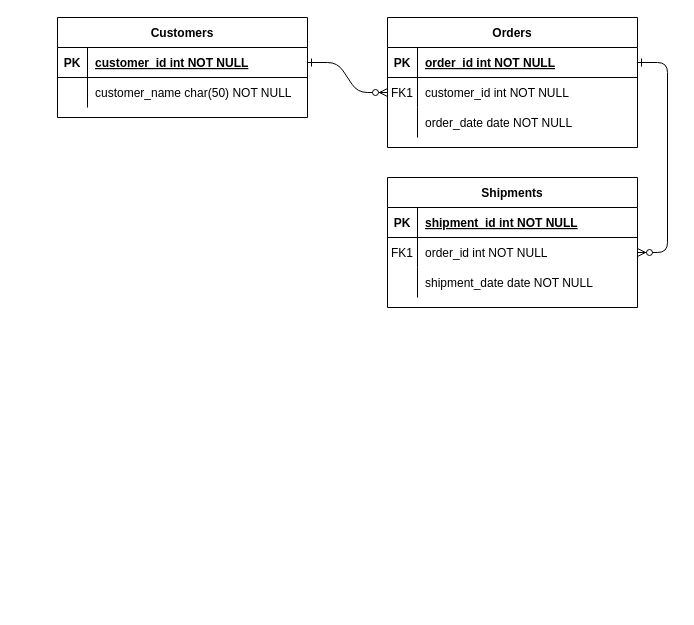
Before: page "Page-1" (1 of 2) of Untitled Diagram.drawio in QuDestiny/DataAnalysis, a draw.io diagram. Source tidied: cells renumbered, new cells numbered last; positions are measured from the earlier drawing's top-left corner, leaving out a move shared by most shapes. Both pictures are drawn from the tidied source at 100%, with x=0, y=0 at pixel (57, 17).
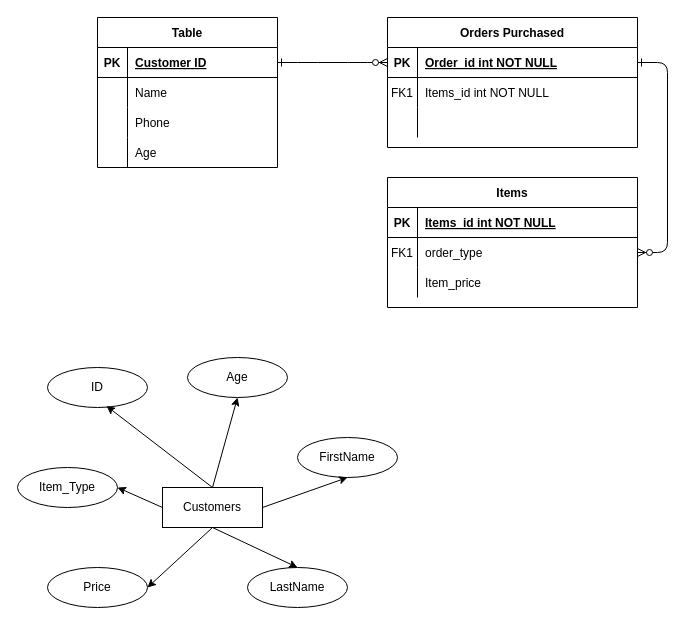
The same page after the edit.

The change refers to these unchanged cells:
```xml
<mxCell id="5" style="shape=partialRectangle;fillColor=none;points=[[0,0.5],[1,0.5]];portConstraint=eastwest;top=0;left=0;right=0;bottom=1;" parent="4" vertex="1">
  <mxGeometry y="30" width="250" height="30" as="geometry" />
</mxCell>
<mxCell id="8" style="shape=partialRectangle;fillColor=none;points=[[0,0.5],[1,0.5]];portConstraint=eastwest;top=0;left=0;right=0;bottom=0;" parent="4" vertex="1">
  <mxGeometry y="60" width="250" height="30" as="geometry" />
</mxCell>
<mxCell id="11" style="shape=partialRectangle;fillColor=none;top=0;left=0;right=0;bottom=0;" parent="4" vertex="1">
  <mxGeometry y="90" width="250" height="30" as="geometry" />
</mxCell>
<mxCell id="15" style="shape=partialRectangle;fillColor=none;top=0;left=0;right=0;bottom=1;" parent="14" vertex="1">
  <mxGeometry y="30" width="250" height="30" as="geometry" />
</mxCell>
<mxCell id="18" style="shape=partialRectangle;fillColor=none;points=[[0,0.5],[1,0.5]];portConstraint=eastwest;top=0;left=0;right=0;bottom=0;" parent="14" vertex="1">
  <mxGeometry y="60" width="250" height="30" as="geometry" />
</mxCell>
<mxCell id="21" style="shape=partialRectangle;fillColor=none;top=0;left=0;right=0;bottom=0;" parent="14" vertex="1">
  <mxGeometry y="90" width="250" height="30" as="geometry" />
</mxCell>
```

Change to the diagram source:
```diff
@@
-    <mxCell id="2" style="edgeStyle=entityRelationEdgeStyle;endArrow=ERzeroToMany;startArrow=ERone;endFill=1;startFill=0;" parent="1" edge="1" source="25" target="8">
+    <mxCell id="2" style="edgeStyle=entityRelationEdgeStyle;endArrow=ERzeroToMany;startArrow=ERone;endFill=1;startFill=0;exitX=1;exitY=0.5;exitDx=0;exitDy=0;entryX=0;entryY=0.5;entryDx=0;entryDy=0;" parent="1" edge="1" source="32" target="5">
       <mxGeometry relative="1" as="geometry" />
     </mxCell>
@@
-    <mxCell id="4" value="Orders" style="shape=table;startSize=30;childLayout=tableLayout;rowLines=0;fontStyle=1;align=center;" parent="1" vertex="1">
+    <mxCell id="4" value="Orders Purchased" style="shape=table;startSize=30;childLayout=tableLayout;rowLines=0;fontStyle=1;align=center;" parent="1" vertex="1">
       <mxGeometry x="330" width="250" height="130" as="geometry" />
     </mxCell>
@@
-    <mxCell id="7" value="order_id int NOT NULL " style="shape=partialRectangle;overflow=hidden;fillColor=none;top=0;left=0;bottom=0;right=0;align=left;spacingLeft=6;fontStyle=5;" parent="5" vertex="1">
+    <mxCell id="7" value="Order_id int NOT NULL " style="shape=partialRectangle;overflow=hidden;fillColor=none;top=0;left=0;bottom=0;right=0;align=left;spacingLeft=6;fontStyle=5;" parent="5" vertex="1">
       <mxGeometry x="30" width="220" height="30" as="geometry" />
     </mxCell>
@@
-    <mxCell id="10" value="customer_id int NOT NULL" style="shape=partialRectangle;overflow=hidden;fillColor=none;top=0;left=0;bottom=0;right=0;align=left;spacingLeft=6;" parent="8" vertex="1">
+    <mxCell id="10" value="Items_id int NOT NULL" style="shape=partialRectangle;overflow=hidden;fillColor=none;top=0;left=0;bottom=0;right=0;align=left;spacingLeft=6;" parent="8" vertex="1">
       <mxGeometry x="30" width="220" height="30" as="geometry" />
     </mxCell>
@@
-    <mxCell id="13" value="order_date date NOT NULL" style="shape=partialRectangle;overflow=hidden;fillColor=none;top=0;left=0;bottom=0;right=0;align=left;spacingLeft=6;" parent="11" vertex="1">
+    <mxCell id="13" style="shape=partialRectangle;overflow=hidden;fillColor=none;top=0;left=0;bottom=0;right=0;align=left;spacingLeft=6;" parent="11" vertex="1">
       <mxGeometry x="30" width="220" height="30" as="geometry" />
     </mxCell>
-    <mxCell id="14" value="Shipments" style="shape=table;startSize=30;childLayout=tableLayout;rowLines=0;fontStyle=1;align=center;" parent="1" vertex="1">
+    <mxCell id="14" value="Items" style="shape=table;startSize=30;childLayout=tableLayout;rowLines=0;fontStyle=1;align=center;" parent="1" vertex="1">
       <mxGeometry x="330" y="160" width="250" height="130" as="geometry" />
     </mxCell>
@@
-    <mxCell id="17" value="shipment_id int NOT NULL " style="shape=partialRectangle;overflow=hidden;fillColor=none;top=0;left=0;bottom=0;right=0;align=left;spacingLeft=6;fontStyle=5;" parent="15" vertex="1">
+    <mxCell id="17" value="Items_id int NOT NULL " style="shape=partialRectangle;overflow=hidden;fillColor=none;top=0;left=0;bottom=0;right=0;align=left;spacingLeft=6;fontStyle=5;" parent="15" vertex="1">
       <mxGeometry x="30" width="220" height="30" as="geometry" />
     </mxCell>
@@
-    <mxCell id="20" value="order_id int NOT NULL" style="shape=partialRectangle;overflow=hidden;fillColor=none;top=0;left=0;bottom=0;right=0;align=left;spacingLeft=6;" parent="18" vertex="1">
+    <mxCell id="20" value="order_type" style="shape=partialRectangle;overflow=hidden;fillColor=none;top=0;left=0;bottom=0;right=0;align=left;spacingLeft=6;" parent="18" vertex="1">
       <mxGeometry x="30" width="220" height="30" as="geometry" />
     </mxCell>
@@
-    <mxCell id="23" value="shipment_date date NOT NULL" style="shape=partialRectangle;overflow=hidden;fillColor=none;top=0;left=0;bottom=0;right=0;align=left;spacingLeft=6;" parent="21" vertex="1">
+    <mxCell id="23" value="Item_price" style="shape=partialRectangle;overflow=hidden;fillColor=none;top=0;left=0;bottom=0;right=0;align=left;spacingLeft=6;" parent="21" vertex="1">
       <mxGeometry x="30" width="220" height="30" as="geometry" />
     </mxCell>
+    <mxCell id="31" value="Table" style="shape=table;startSize=30;childLayout=tableLayout;rowLines=0;fontStyle=1;align=center;" parent="1" vertex="1">
+      <mxGeometry x="40" width="180" height="150" as="geometry" />
+    </mxCell>
+    <mxCell id="32" style="shape=tableRow;horizontal=0;startSize=0;swimlaneHead=0;swimlaneBody=0;fillColor=none;points=[[0,0.5],[1,0.5]];portConstraint=eastwest;top=0;left=0;right=0;bottom=1;" parent="31" vertex="1">
+      <mxGeometry y="30" width="180" height="30" as="geometry" />
+    </mxCell>
+    <mxCell id="26" value="PK" style="shape=partialRectangle;fillColor=none;top=0;left=0;bottom=0;right=0;fontStyle=1;overflow=hidden;" parent="32" vertex="1">
+      <mxGeometry width="30" height="30" as="geometry" />
+    </mxCell>
+    <mxCell id="33" value="Customer ID" style="shape=partialRectangle;fillColor=none;top=0;left=0;bottom=0;right=0;align=left;spacingLeft=6;fontStyle=5;overflow=hidden;" parent="32" vertex="1">
+      <mxGeometry x="30" width="150" height="30" as="geometry" />
+    </mxCell>
+    <mxCell id="34" style="shape=tableRow;horizontal=0;startSize=0;swimlaneHead=0;swimlaneBody=0;fillColor=none;top=0;left=0;right=0;bottom=0;" parent="31" vertex="1">
+      <mxGeometry y="60" width="180" height="30" as="geometry" />
+    </mxCell>
+    <mxCell id="35" style="shape=partialRectangle;fillColor=none;top=0;left=0;bottom=0;right=0;overflow=hidden;" parent="34" vertex="1">
+      <mxGeometry width="30" height="30" as="geometry" />
+    </mxCell>
+    <mxCell id="36" value="Name" style="shape=partialRectangle;fillColor=none;top=0;left=0;bottom=0;right=0;align=left;spacingLeft=6;overflow=hidden;" parent="34" vertex="1">
+      <mxGeometry x="30" width="150" height="30" as="geometry" />
+    </mxCell>
+    <mxCell id="37" style="shape=tableRow;horizontal=0;startSize=0;swimlaneHead=0;swimlaneBody=0;fillColor=none;top=0;left=0;right=0;bottom=0;" parent="31" vertex="1">
+      <mxGeometry y="90" width="180" height="30" as="geometry" />
+    </mxCell>
+    <mxCell id="38" style="shape=partialRectangle;fillColor=none;top=0;left=0;bottom=0;right=0;overflow=hidden;" parent="37" vertex="1">
+      <mxGeometry width="30" height="30" as="geometry" />
+    </mxCell>
+    <mxCell id="39" value="Phone" style="shape=partialRectangle;fillColor=none;top=0;left=0;bottom=0;right=0;align=left;spacingLeft=6;overflow=hidden;" parent="37" vertex="1">
+      <mxGeometry x="30" width="150" height="30" as="geometry" />
+    </mxCell>
+    <mxCell id="40" style="shape=tableRow;horizontal=0;startSize=0;swimlaneHead=0;swimlaneBody=0;fillColor=none;top=0;left=0;right=0;bottom=0;" parent="31" vertex="1">
+      <mxGeometry y="120" width="180" height="30" as="geometry" />
+    </mxCell>
+    <mxCell id="41" style="shape=partialRectangle;fillColor=none;top=0;left=0;bottom=0;right=0;overflow=hidden;" parent="40" vertex="1">
+      <mxGeometry width="30" height="30" as="geometry" />
+    </mxCell>
+    <mxCell id="42" value="Age" style="shape=partialRectangle;fillColor=none;top=0;left=0;bottom=0;right=0;align=left;spacingLeft=6;overflow=hidden;" parent="40" vertex="1">
+      <mxGeometry x="30" width="150" height="30" as="geometry" />
+    </mxCell>
-    <mxCell id="24" value="Customers" style="shape=table;startSize=30;childLayout=tableLayout;rowLines=0;fontStyle=1;align=center;" parent="1" vertex="1">
-      <mxGeometry width="250" height="100" as="geometry" />
+    <mxCell id="24" value="Customers" style="whiteSpace=wrap;html=1;align=center;" parent="1" vertex="1">
+      <mxGeometry x="105" y="470" width="100" height="40" as="geometry" />
     </mxCell>
-    <mxCell id="25" style="shape=partialRectangle;fillColor=none;points=[[0,0.5],[1,0.5]];portConstraint=eastwest;top=0;left=0;right=0;bottom=1;" parent="24" vertex="1">
-      <mxGeometry y="30" width="250" height="30" as="geometry" />
-    </mxCell>
-    <mxCell id="26" value="PK" style="shape=partialRectangle;overflow=hidden;fillColor=none;top=0;left=0;bottom=0;right=0;fontStyle=1;" parent="25" vertex="1">
-      <mxGeometry width="30" height="30" as="geometry" />
-    </mxCell>
-    <mxCell id="27" value="customer_id int NOT NULL " style="shape=partialRectangle;overflow=hidden;fillColor=none;top=0;left=0;bottom=0;right=0;align=left;spacingLeft=6;fontStyle=5;" parent="25" vertex="1">
-      <mxGeometry x="30" width="220" height="30" as="geometry" />
-    </mxCell>
-    <mxCell id="28" style="shape=partialRectangle;fillColor=none;top=0;left=0;right=0;bottom=0;" parent="24" vertex="1">
-      <mxGeometry y="60" width="250" height="30" as="geometry" />
-    </mxCell>
-    <mxCell id="29" style="shape=partialRectangle;overflow=hidden;fillColor=none;top=0;left=0;bottom=0;right=0;" parent="28" vertex="1">
-      <mxGeometry width="30" height="30" as="geometry" />
-    </mxCell>
-    <mxCell id="30" value="customer_name char(50) NOT NULL" style="shape=partialRectangle;overflow=hidden;fillColor=none;top=0;left=0;bottom=0;right=0;align=left;spacingLeft=6;" parent="28" vertex="1">
-      <mxGeometry x="30" width="220" height="30" as="geometry" />
-    </mxCell>
+    <mxCell id="43" value="Age" style="ellipse;whiteSpace=wrap;html=1;align=center;" parent="1" vertex="1">
+      <mxGeometry x="130" y="340" width="100" height="40" as="geometry" />
+    </mxCell>
+    <mxCell id="44" value="ID" style="ellipse;whiteSpace=wrap;html=1;align=center;" parent="1" vertex="1">
+      <mxGeometry x="-10" y="350" width="100" height="40" as="geometry" />
+    </mxCell>
+    <mxCell id="45" value="FirstName" style="ellipse;whiteSpace=wrap;html=1;align=center;" parent="1" vertex="1">
+      <mxGeometry x="240" y="420" width="100" height="40" as="geometry" />
+    </mxCell>
+    <mxCell id="46" value="Price" style="ellipse;whiteSpace=wrap;html=1;align=center;" parent="1" vertex="1">
+      <mxGeometry x="-10" y="550" width="100" height="40" as="geometry" />
+    </mxCell>
+    <mxCell id="47" value="LastName" style="ellipse;whiteSpace=wrap;html=1;align=center;" parent="1" vertex="1">
+      <mxGeometry x="190" y="550" width="100" height="40" as="geometry" />
+    </mxCell>
+    <mxCell id="48" value="Item_Type" style="ellipse;whiteSpace=wrap;html=1;align=center;" parent="1" vertex="1">
+      <mxGeometry x="-40" y="450" width="100" height="40" as="geometry" />
+    </mxCell>
+    <mxCell id="49" style="endArrow=classic;html=1;rounded=0;exitX=0.5;exitY=0;exitDx=0;exitDy=0;entryX=0.59;entryY=0.963;entryDx=0;entryDy=0;entryPerimeter=0;" parent="1" edge="1" source="24" target="44">
+      <mxGeometry relative="1" as="geometry" />
+    </mxCell>
+    <mxCell id="50" style="endArrow=classic;html=1;rounded=0;exitX=0.5;exitY=0;exitDx=0;exitDy=0;entryX=0.5;entryY=1;entryDx=0;entryDy=0;" parent="1" edge="1" source="24" target="43">
+      <mxGeometry relative="1" as="geometry" />
+    </mxCell>
+    <mxCell id="51" style="endArrow=classic;html=1;rounded=0;exitX=1;exitY=0.5;exitDx=0;exitDy=0;entryX=0.5;entryY=1;entryDx=0;entryDy=0;" parent="1" edge="1" source="24" target="45">
+      <mxGeometry relative="1" as="geometry" />
+    </mxCell>
+    <mxCell id="52" style="endArrow=classic;html=1;rounded=0;exitX=0;exitY=0.5;exitDx=0;exitDy=0;entryX=1;entryY=0.5;entryDx=0;entryDy=0;" parent="1" edge="1" source="24" target="48">
+      <mxGeometry relative="1" as="geometry" />
+    </mxCell>
+    <mxCell id="53" style="endArrow=classic;html=1;rounded=0;exitX=0.5;exitY=1;exitDx=0;exitDy=0;entryX=1;entryY=0.5;entryDx=0;entryDy=0;" parent="1" edge="1" source="24" target="46">
+      <mxGeometry relative="1" as="geometry" />
+    </mxCell>
+    <mxCell id="54" style="endArrow=classic;html=1;rounded=0;exitX=0.5;exitY=1;exitDx=0;exitDy=0;entryX=0.5;entryY=0;entryDx=0;entryDy=0;" parent="1" edge="1" source="24" target="47">
+      <mxGeometry relative="1" as="geometry" />
+    </mxCell>
```
